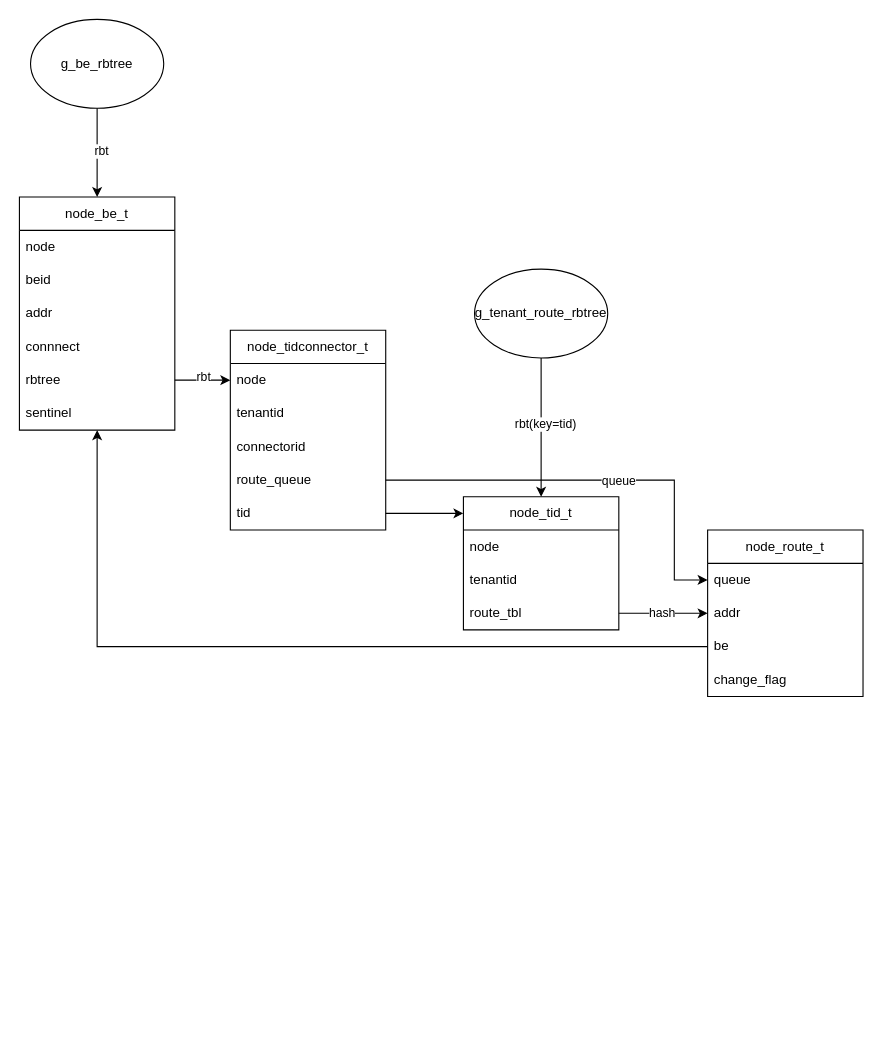
Before: page "数据结构图" (2 of 2) of sase.drawio in jiafengjason/draw.io, a draw.io diagram. Source tidied: cells renumbered, new cells numbered last; positions are measured from the earlier drawing's top-left corner, leaving out a move shared by most shapes. Both pictures are drawn from the tidied source at 111%, with x=0, y=0 at pixel (19, 19).
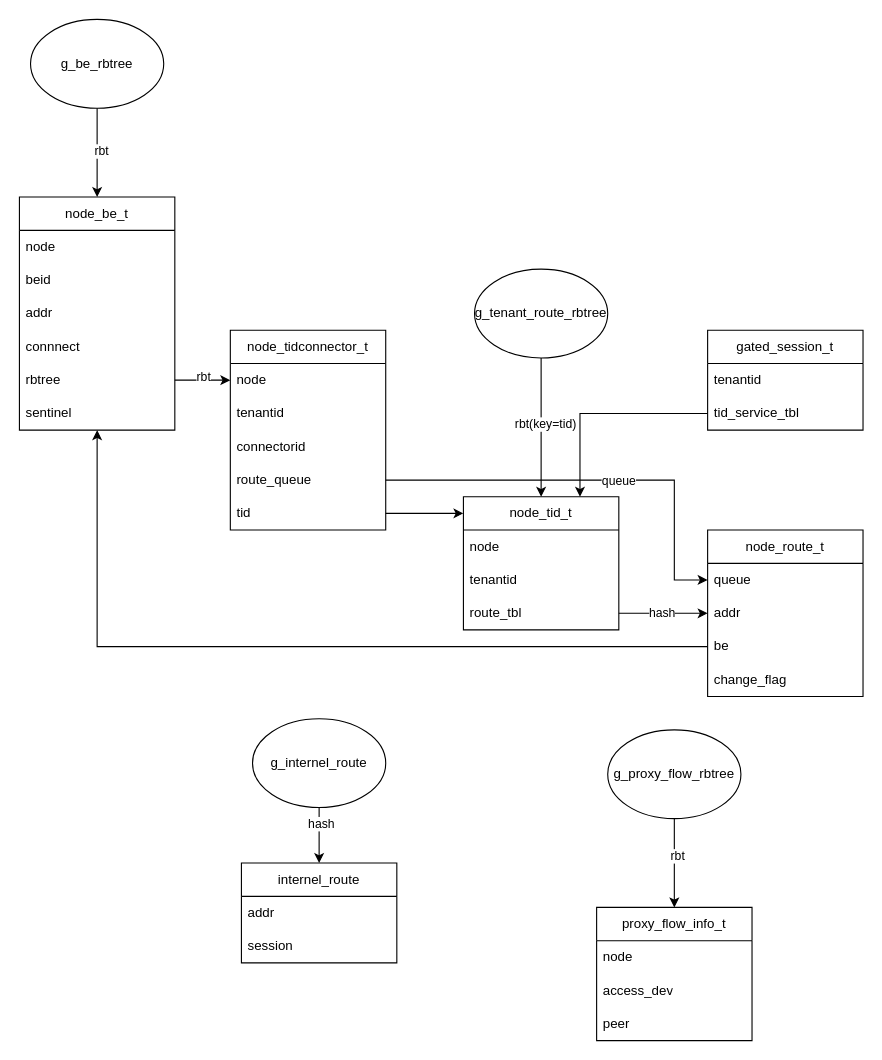
Above is the later version.

Unchanged cells that the change refers to:
```xml
<mxCell id="21" value="node_tid_t" style="swimlane;fontStyle=0;horizontal=1;startSize=30;whiteSpace=wrap;html=1;" parent="1" vertex="1">
  <mxGeometry x="400" y="430" width="140" height="120" as="geometry" />
</mxCell>
```

Change to the diagram source:
```diff
@@
+    <mxCell id="38" value="internel_route" style="swimlane;fontStyle=0;horizontal=1;startSize=30;whiteSpace=wrap;html=1;" parent="1" vertex="1">
+      <mxGeometry x="200" y="760" width="140" height="90" as="geometry" />
+    </mxCell>
+    <mxCell id="39" value="addr" style="text;strokeColor=none;fillColor=none;align=left;verticalAlign=middle;spacingLeft=4;spacingRight=4;overflow=hidden;whiteSpace=wrap;html=1;" parent="38" vertex="1">
+      <mxGeometry y="30" width="140" height="30" as="geometry" />
+    </mxCell>
+    <mxCell id="40" value="session" style="text;strokeColor=none;fillColor=none;align=left;verticalAlign=middle;spacingLeft=4;spacingRight=4;overflow=hidden;whiteSpace=wrap;html=1;" parent="38" vertex="1">
+      <mxGeometry y="60" width="140" height="30" as="geometry" />
+    </mxCell>
+    <mxCell id="41" value="g_internel_route" style="ellipse;whiteSpace=wrap;html=1;" parent="1" vertex="1">
+      <mxGeometry x="210" y="630" width="120" height="80" as="geometry" />
+    </mxCell>
+    <mxCell id="42" style="endArrow=classic;html=1;rounded=0;exitX=0.5;exitY=1;exitDx=0;exitDy=0;entryX=0.5;entryY=0;entryDx=0;entryDy=0;" parent="1" edge="1" source="41" target="38">
+      <mxGeometry relative="1" as="geometry" />
+    </mxCell>
+    <mxCell id="43" value="hash" style="edgeLabel;html=1;align=center;verticalAlign=middle;" parent="42" vertex="1">
+      <mxGeometry x="-0.44" y="1" relative="1" as="geometry" />
+    </mxCell>
+    <mxCell id="44" value="g_proxy_flow_rbtree" style="ellipse;whiteSpace=wrap;html=1;" parent="1" vertex="1">
+      <mxGeometry x="530" y="640" width="120" height="80" as="geometry" />
+    </mxCell>
+    <mxCell id="45" value="proxy_flow_info_t" style="swimlane;fontStyle=0;horizontal=1;startSize=30;whiteSpace=wrap;html=1;" parent="1" vertex="1">
+      <mxGeometry x="520" y="800" width="140" height="120" as="geometry" />
+    </mxCell>
+    <mxCell id="46" value="node" style="text;strokeColor=none;fillColor=none;align=left;verticalAlign=middle;spacingLeft=4;spacingRight=4;overflow=hidden;whiteSpace=wrap;html=1;" parent="45" vertex="1">
+      <mxGeometry y="30" width="140" height="30" as="geometry" />
+    </mxCell>
+    <mxCell id="47" value="access_dev" style="text;strokeColor=none;fillColor=none;align=left;verticalAlign=middle;spacingLeft=4;spacingRight=4;overflow=hidden;whiteSpace=wrap;html=1;" parent="45" vertex="1">
+      <mxGeometry y="60" width="140" height="30" as="geometry" />
+    </mxCell>
+    <mxCell id="48" value="peer" style="text;strokeColor=none;fillColor=none;align=left;verticalAlign=middle;spacingLeft=4;spacingRight=4;overflow=hidden;whiteSpace=wrap;html=1;" parent="45" vertex="1">
+      <mxGeometry y="90" width="140" height="30" as="geometry" />
+    </mxCell>
+    <mxCell id="49" style="endArrow=classic;html=1;rounded=0;exitX=0.5;exitY=1;exitDx=0;exitDy=0;entryX=0.5;entryY=0;entryDx=0;entryDy=0;" parent="1" edge="1" source="44" target="45">
+      <mxGeometry relative="1" as="geometry" />
+    </mxCell>
+    <mxCell id="50" value="rbt" style="edgeLabel;html=1;align=center;verticalAlign=middle;" parent="49" vertex="1">
+      <mxGeometry x="-0.17" y="2" relative="1" as="geometry" />
+    </mxCell>
+    <mxCell id="51" value="gated_session_t" style="swimlane;fontStyle=0;horizontal=1;startSize=30;whiteSpace=wrap;html=1;" parent="1" vertex="1">
+      <mxGeometry x="620" y="280" width="140" height="90" as="geometry" />
+    </mxCell>
+    <mxCell id="52" value="tenantid" style="text;strokeColor=none;fillColor=none;align=left;verticalAlign=middle;spacingLeft=4;spacingRight=4;overflow=hidden;whiteSpace=wrap;html=1;" parent="51" vertex="1">
+      <mxGeometry y="30" width="140" height="30" as="geometry" />
+    </mxCell>
+    <mxCell id="53" value="tid_service_tbl" style="text;strokeColor=none;fillColor=none;align=left;verticalAlign=middle;spacingLeft=4;spacingRight=4;overflow=hidden;points=[[0,0.5],[1,0.5]];portConstraint=eastwest;whiteSpace=wrap;html=1;" parent="51" vertex="1">
+      <mxGeometry y="60" width="140" height="30" as="geometry" />
+    </mxCell>
+    <mxCell id="54" style="endArrow=classic;html=1;rounded=0;exitX=0;exitY=0.5;exitDx=0;exitDy=0;entryX=0.75;entryY=0;entryDx=0;entryDy=0;" parent="1" edge="1" source="53" target="21">
+      <mxGeometry relative="1" as="geometry">
+        <Array as="points">
+          <mxPoint x="505" y="355" />
+        </Array>
+      </mxGeometry>
+    </mxCell>
```
